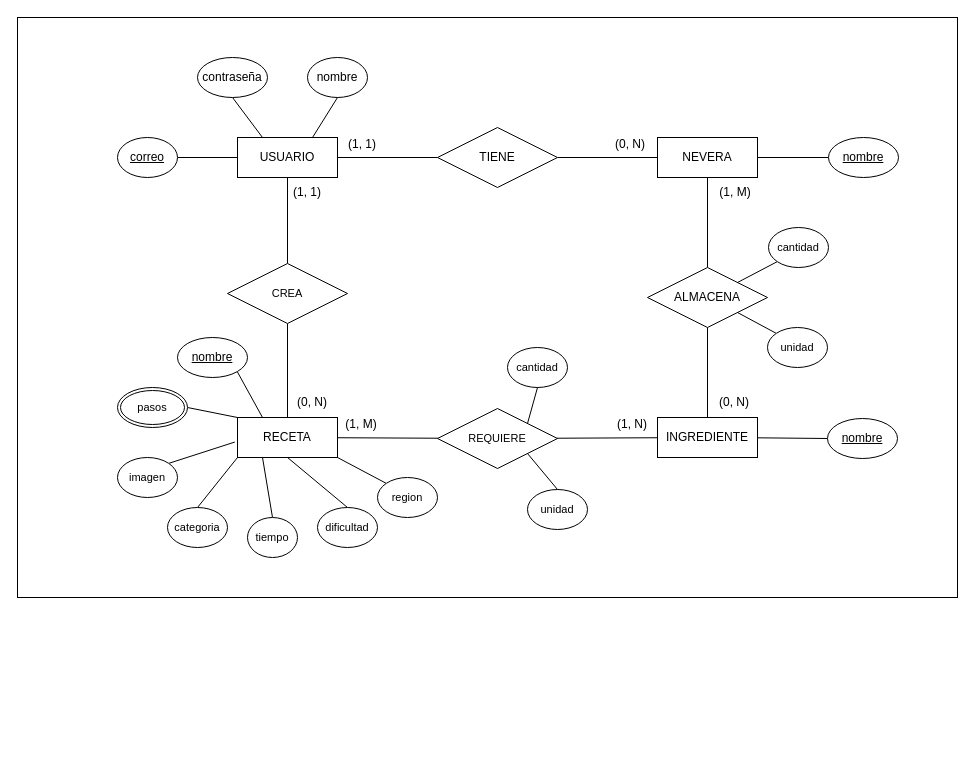
angelapgdev/recipe-book keeps this draw.io diagram as docs/database/er-diagram.drawio. Above is the earlier version. Source tidied: cells renumbered, new cells numbered last; positions are measured from the earlier drawing's top-left corner, leaving out a move shared by most shapes. Both pictures are drawn from the tidied source at 100%, with x=0, y=0 at pixel (17, 17).
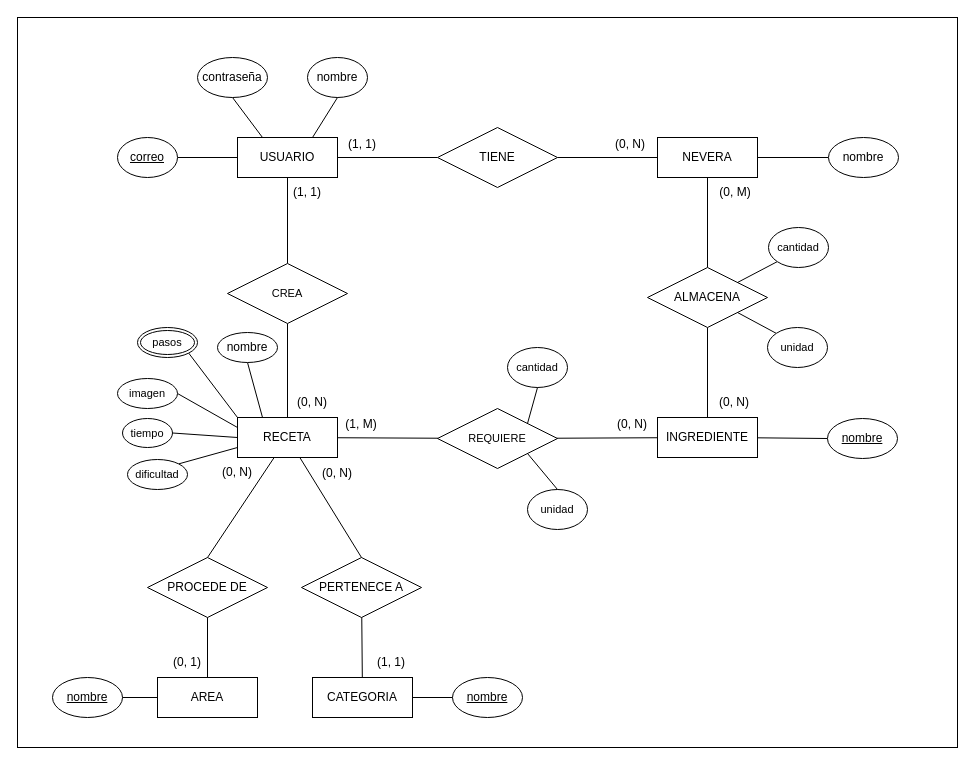
The same diagram, later.

Unchanged cells that the change refers to:
```xml
<mxCell id="11" value="RECETA" style="whiteSpace=wrap;html=1;align=center;" parent="1" vertex="1">
  <mxGeometry x="220" y="400" width="100" height="40" as="geometry" />
</mxCell>
```

Diff of the diagram source:
```diff
@@
     <mxCell id="2" style="rounded=0;whiteSpace=wrap;html=1;fontFamily=Helvetica;fontSize=11;fontColor=default;labelBackgroundColor=default;" parent="1" vertex="1">
-      <mxGeometry width="940" height="580" as="geometry" />
+      <mxGeometry width="940" height="730" as="geometry" />
     </mxCell>
@@
-    <mxCell id="5" style="edgeStyle=none;shape=connector;rounded=0;jettySize=auto;html=1;exitX=0.25;exitY=0;exitDx=0;exitDy=0;entryX=1;entryY=1;entryDx=0;entryDy=0;strokeColor=default;align=center;verticalAlign=middle;fontFamily=Helvetica;fontSize=11;fontColor=default;labelBackgroundColor=default;endArrow=none;endFill=0;" parent="1" edge="1" source="11" target="41">
+    <mxCell id="5" style="edgeStyle=none;shape=connector;rounded=0;jettySize=auto;html=1;exitX=0.25;exitY=0;exitDx=0;exitDy=0;entryX=0.5;entryY=1;entryDx=0;entryDy=0;strokeColor=default;align=center;verticalAlign=middle;fontFamily=Helvetica;fontSize=11;fontColor=default;labelBackgroundColor=default;endArrow=none;endFill=0;" parent="1" edge="1" source="11" target="41">
       <mxGeometry relative="1" as="geometry" />
     </mxCell>
-    <mxCell id="6" style="edgeStyle=none;shape=connector;rounded=0;jettySize=auto;html=1;exitX=0;exitY=0;exitDx=0;exitDy=0;entryX=1;entryY=0.5;entryDx=0;entryDy=0;strokeColor=default;align=center;verticalAlign=middle;fontFamily=Helvetica;fontSize=11;fontColor=default;labelBackgroundColor=default;endArrow=none;endFill=0;" parent="1" edge="1" source="11" target="45">
+    <mxCell id="6" style="edgeStyle=none;shape=connector;rounded=0;jettySize=auto;html=1;exitX=0;exitY=0;exitDx=0;exitDy=0;entryX=1;entryY=1;entryDx=0;entryDy=0;strokeColor=default;align=center;verticalAlign=middle;fontFamily=Helvetica;fontSize=11;fontColor=default;labelBackgroundColor=default;endArrow=none;endFill=0;" parent="1" edge="1" source="11" target="45">
       <mxGeometry relative="1" as="geometry" />
     </mxCell>
-    <mxCell id="7" style="edgeStyle=none;shape=connector;rounded=0;jettySize=auto;html=1;exitX=-0.027;exitY=0.614;exitDx=0;exitDy=0;entryX=1;entryY=0;entryDx=0;entryDy=0;strokeColor=default;align=center;verticalAlign=middle;fontFamily=Helvetica;fontSize=11;fontColor=default;labelBackgroundColor=default;endArrow=none;endFill=0;exitPerimeter=0;" parent="1" edge="1" source="11" target="46">
+    <mxCell id="7" style="edgeStyle=none;shape=connector;rounded=0;jettySize=auto;html=1;exitX=0;exitY=0.25;exitDx=0;exitDy=0;entryX=1;entryY=0.5;entryDx=0;entryDy=0;strokeColor=default;align=center;verticalAlign=middle;fontFamily=Helvetica;fontSize=11;fontColor=default;labelBackgroundColor=default;endArrow=none;endFill=0;" parent="1" edge="1" source="11" target="46">
       <mxGeometry relative="1" as="geometry" />
     </mxCell>
-    <mxCell id="8" style="edgeStyle=none;shape=connector;rounded=0;jettySize=auto;html=1;exitX=0.25;exitY=1;exitDx=0;exitDy=0;entryX=0.5;entryY=0;entryDx=0;entryDy=0;strokeColor=default;align=center;verticalAlign=middle;fontFamily=Helvetica;fontSize=11;fontColor=default;labelBackgroundColor=default;endArrow=none;endFill=0;" parent="1" edge="1" source="11" target="47">
+    <mxCell id="8" style="edgeStyle=none;shape=connector;rounded=0;jettySize=auto;html=1;exitX=0;exitY=0.5;exitDx=0;exitDy=0;entryX=1;entryY=0.5;entryDx=0;entryDy=0;strokeColor=default;align=center;verticalAlign=middle;fontFamily=Helvetica;fontSize=11;fontColor=default;labelBackgroundColor=default;endArrow=none;endFill=0;" parent="1" edge="1" source="11" target="47">
       <mxGeometry relative="1" as="geometry" />
     </mxCell>
-    <mxCell id="9" style="edgeStyle=none;shape=connector;rounded=0;jettySize=auto;html=1;exitX=0.5;exitY=1;exitDx=0;exitDy=0;entryX=0.5;entryY=0;entryDx=0;entryDy=0;strokeColor=default;align=center;verticalAlign=middle;fontFamily=Helvetica;fontSize=11;fontColor=default;labelBackgroundColor=default;endArrow=none;endFill=0;" parent="1" edge="1" source="11" target="48">
+    <mxCell id="9" style="edgeStyle=none;shape=connector;rounded=0;jettySize=auto;html=1;exitX=0;exitY=0.75;exitDx=0;exitDy=0;entryX=1;entryY=0;entryDx=0;entryDy=0;strokeColor=default;align=center;verticalAlign=middle;fontFamily=Helvetica;fontSize=11;fontColor=default;labelBackgroundColor=default;endArrow=none;endFill=0;" parent="1" edge="1" source="11" target="48">
       <mxGeometry relative="1" as="geometry" />
     </mxCell>
-    <mxCell id="10" style="edgeStyle=none;shape=connector;rounded=0;jettySize=auto;html=1;exitX=1;exitY=1;exitDx=0;exitDy=0;entryX=0;entryY=0;entryDx=0;entryDy=0;strokeColor=default;align=center;verticalAlign=middle;fontFamily=Helvetica;fontSize=11;fontColor=default;labelBackgroundColor=default;endArrow=none;endFill=0;" parent="1" edge="1" source="11" target="44">
-      <mxGeometry relative="1" as="geometry" />
-    </mxCell>
@@
-    <mxCell id="23" value="&lt;font style=&quot;font-size: 12px;&quot;&gt;nombre&lt;/font&gt;" style="ellipse;whiteSpace=wrap;html=1;align=center;fontStyle=4;fontFamily=Helvetica;fontSize=11;fontColor=default;labelBackgroundColor=default;" parent="1" vertex="1">
+    <mxCell id="23" value="&lt;font style=&quot;font-size: 12px;&quot;&gt;nombre&lt;/font&gt;" style="ellipse;whiteSpace=wrap;html=1;align=center;fontFamily=Helvetica;fontSize=11;fontColor=default;labelBackgroundColor=default;" parent="1" vertex="1">
       <mxGeometry x="811" y="120" width="70" height="40" as="geometry" />
     </mxCell>
@@
-    <mxCell id="33" value="&lt;span style=&quot;font-size: 12px;&quot;&gt;(1, M)&lt;/span&gt;" style="text;html=1;whiteSpace=wrap;strokeColor=none;fillColor=none;align=center;verticalAlign=middle;rounded=0;fontFamily=Helvetica;fontSize=11;fontColor=default;labelBackgroundColor=default;" parent="1" vertex="1">
+    <mxCell id="33" value="&lt;span style=&quot;font-size: 12px;&quot;&gt;(0, M)&lt;/span&gt;" style="text;html=1;whiteSpace=wrap;strokeColor=none;fillColor=none;align=center;verticalAlign=middle;rounded=0;fontFamily=Helvetica;fontSize=11;fontColor=default;labelBackgroundColor=default;" parent="1" vertex="1">
       <mxGeometry x="688" y="160" width="60" height="30" as="geometry" />
     </mxCell>
@@
-    <mxCell id="37" value="&lt;span style=&quot;font-size: 12px;&quot;&gt;(1, N)&lt;/span&gt;" style="text;html=1;whiteSpace=wrap;strokeColor=none;fillColor=none;align=center;verticalAlign=middle;rounded=0;fontFamily=Helvetica;fontSize=11;fontColor=default;labelBackgroundColor=default;" parent="1" vertex="1">
+    <mxCell id="37" value="&lt;span style=&quot;font-size: 12px;&quot;&gt;(0, N)&lt;/span&gt;" style="text;html=1;whiteSpace=wrap;strokeColor=none;fillColor=none;align=center;verticalAlign=middle;rounded=0;fontFamily=Helvetica;fontSize=11;fontColor=default;labelBackgroundColor=default;" parent="1" vertex="1">
       <mxGeometry x="585" y="392" width="60" height="30" as="geometry" />
     </mxCell>
@@
-    <mxCell id="41" value="&lt;font style=&quot;font-size: 12px;&quot;&gt;nombre&lt;/font&gt;" style="ellipse;whiteSpace=wrap;html=1;align=center;fontStyle=4;fontFamily=Helvetica;fontSize=11;fontColor=default;labelBackgroundColor=default;" parent="1" vertex="1">
-      <mxGeometry x="160" y="320" width="70" height="40" as="geometry" />
+    <mxCell id="41" value="&lt;font style=&quot;font-size: 12px;&quot;&gt;nombre&lt;/font&gt;" style="ellipse;whiteSpace=wrap;html=1;align=center;fontFamily=Helvetica;fontSize=11;fontColor=default;labelBackgroundColor=default;" parent="1" vertex="1">
+      <mxGeometry x="200" y="315" width="60" height="30" as="geometry" />
     </mxCell>
-    <mxCell id="42" style="edgeStyle=none;shape=connector;rounded=0;jettySize=auto;html=1;exitX=0.5;exitY=0;exitDx=0;exitDy=0;entryX=0;entryY=1;entryDx=0;entryDy=0;strokeColor=default;align=center;verticalAlign=middle;fontFamily=Helvetica;fontSize=11;fontColor=default;labelBackgroundColor=default;endArrow=none;endFill=0;" parent="1" edge="1" source="43" target="11">
-      <mxGeometry relative="1" as="geometry" />
-    </mxCell>
-    <mxCell id="43" value="categoria" style="ellipse;whiteSpace=wrap;html=1;align=center;fontFamily=Helvetica;fontSize=11;fontColor=default;labelBackgroundColor=default;" parent="1" vertex="1">
-      <mxGeometry x="150" y="490" width="60" height="40" as="geometry" />
-    </mxCell>
-    <mxCell id="44" value="region" style="ellipse;whiteSpace=wrap;html=1;align=center;fontFamily=Helvetica;fontSize=11;fontColor=default;labelBackgroundColor=default;" parent="1" vertex="1">
-      <mxGeometry x="360" y="460" width="60" height="40" as="geometry" />
-    </mxCell>
     <mxCell id="45" value="pasos" style="ellipse;shape=doubleEllipse;margin=3;whiteSpace=wrap;html=1;align=center;fontFamily=Helvetica;fontSize=11;fontColor=default;labelBackgroundColor=default;" parent="1" vertex="1">
-      <mxGeometry x="100" y="370" width="70" height="40" as="geometry" />
+      <mxGeometry x="120" y="310" width="60" height="30" as="geometry" />
     </mxCell>
     <mxCell id="46" value="imagen" style="ellipse;whiteSpace=wrap;html=1;align=center;fontFamily=Helvetica;fontSize=11;fontColor=default;labelBackgroundColor=default;" parent="1" vertex="1">
-      <mxGeometry x="100" y="440" width="60" height="40" as="geometry" />
+      <mxGeometry x="100" y="361" width="60" height="30" as="geometry" />
     </mxCell>
     <mxCell id="47" value="tiempo" style="ellipse;whiteSpace=wrap;html=1;align=center;fontFamily=Helvetica;fontSize=11;fontColor=default;labelBackgroundColor=default;" parent="1" vertex="1">
-      <mxGeometry x="230" y="500" width="50" height="40" as="geometry" />
+      <mxGeometry x="105" y="401" width="50" height="29" as="geometry" />
     </mxCell>
     <mxCell id="48" value="dificultad" style="ellipse;whiteSpace=wrap;html=1;align=center;fontFamily=Helvetica;fontSize=11;fontColor=default;labelBackgroundColor=default;" parent="1" vertex="1">
-      <mxGeometry x="300" y="490" width="60" height="40" as="geometry" />
+      <mxGeometry x="110" y="442" width="60" height="30" as="geometry" />
     </mxCell>
@@
+    <mxCell id="59" value="CATEGORIA" style="whiteSpace=wrap;html=1;align=center;" parent="1" vertex="1">
+      <mxGeometry x="295" y="660" width="100" height="40" as="geometry" />
+    </mxCell>
+    <mxCell id="60" value="nombre" style="ellipse;whiteSpace=wrap;html=1;align=center;fontStyle=4;" parent="1" vertex="1">
+      <mxGeometry x="435" y="660" width="70" height="40" as="geometry" />
+    </mxCell>
+    <mxCell id="61" style="endArrow=none;html=1;" parent="1" edge="1" source="60" target="59">
+      <mxGeometry relative="1" as="geometry" />
+    </mxCell>
+    <mxCell id="62" value="PERTENECE A" style="shape=rhombus;perimeter=rhombusPerimeter;whiteSpace=wrap;html=1;align=center;" parent="1" vertex="1">
+      <mxGeometry x="284" y="540" width="120" height="60" as="geometry" />
+    </mxCell>
+    <mxCell id="63" style="endArrow=none;html=1;entryX=0.5;entryY=0;entryDx=0;entryDy=0;" parent="1" edge="1" source="11" target="62">
+      <mxGeometry relative="1" as="geometry" />
+    </mxCell>
+    <mxCell id="64" style="endArrow=none;html=1;" parent="1" edge="1" source="62" target="59">
+      <mxGeometry relative="1" as="geometry" />
+    </mxCell>
+    <mxCell id="65" value="AREA" style="whiteSpace=wrap;html=1;align=center;" parent="1" vertex="1">
+      <mxGeometry x="140" y="660" width="100" height="40" as="geometry" />
+    </mxCell>
+    <mxCell id="66" value="nombre" style="ellipse;whiteSpace=wrap;html=1;align=center;fontStyle=4;" parent="1" vertex="1">
+      <mxGeometry x="35" y="660" width="70" height="40" as="geometry" />
+    </mxCell>
+    <mxCell id="67" style="endArrow=none;html=1;" parent="1" edge="1" source="66" target="65">
+      <mxGeometry relative="1" as="geometry" />
+    </mxCell>
+    <mxCell id="68" value="PROCEDE DE" style="shape=rhombus;perimeter=rhombusPerimeter;whiteSpace=wrap;html=1;align=center;" parent="1" vertex="1">
+      <mxGeometry x="130" y="540" width="120" height="60" as="geometry" />
+    </mxCell>
+    <mxCell id="69" style="endArrow=none;html=1;entryX=0.5;entryY=0;entryDx=0;entryDy=0;" parent="1" edge="1" source="11" target="68">
+      <mxGeometry relative="1" as="geometry" />
+    </mxCell>
+    <mxCell id="70" style="endArrow=none;html=1;" parent="1" edge="1" source="68" target="65">
+      <mxGeometry relative="1" as="geometry" />
+    </mxCell>
+    <mxCell id="71" value="&lt;span style=&quot;font-size: 12px;&quot;&gt;(1, 1)&lt;/span&gt;" style="text;html=1;whiteSpace=wrap;strokeColor=none;fillColor=none;align=center;verticalAlign=middle;rounded=0;fontFamily=Helvetica;fontSize=11;fontColor=default;labelBackgroundColor=default;" parent="1" vertex="1">
+      <mxGeometry x="344" y="630" width="60" height="30" as="geometry" />
+    </mxCell>
+    <mxCell id="72" value="&lt;span style=&quot;font-size: 12px;&quot;&gt;(0, N)&lt;/span&gt;" style="text;html=1;whiteSpace=wrap;strokeColor=none;fillColor=none;align=center;verticalAlign=middle;rounded=0;fontFamily=Helvetica;fontSize=11;fontColor=default;labelBackgroundColor=default;" parent="1" vertex="1">
+      <mxGeometry x="290" y="441" width="60" height="30" as="geometry" />
+    </mxCell>
+    <mxCell id="73" value="&lt;span style=&quot;font-size: 12px;&quot;&gt;(0, 1)&lt;/span&gt;" style="text;html=1;whiteSpace=wrap;strokeColor=none;fillColor=none;align=center;verticalAlign=middle;rounded=0;fontFamily=Helvetica;fontSize=11;fontColor=default;labelBackgroundColor=default;" parent="1" vertex="1">
+      <mxGeometry x="140" y="630" width="60" height="30" as="geometry" />
+    </mxCell>
+    <mxCell id="74" value="&lt;span style=&quot;font-size: 12px;&quot;&gt;(0, N)&lt;/span&gt;" style="text;html=1;whiteSpace=wrap;strokeColor=none;fillColor=none;align=center;verticalAlign=middle;rounded=0;fontFamily=Helvetica;fontSize=11;fontColor=default;labelBackgroundColor=default;" parent="1" vertex="1">
+      <mxGeometry x="190" y="440" width="60" height="30" as="geometry" />
+    </mxCell>
```
